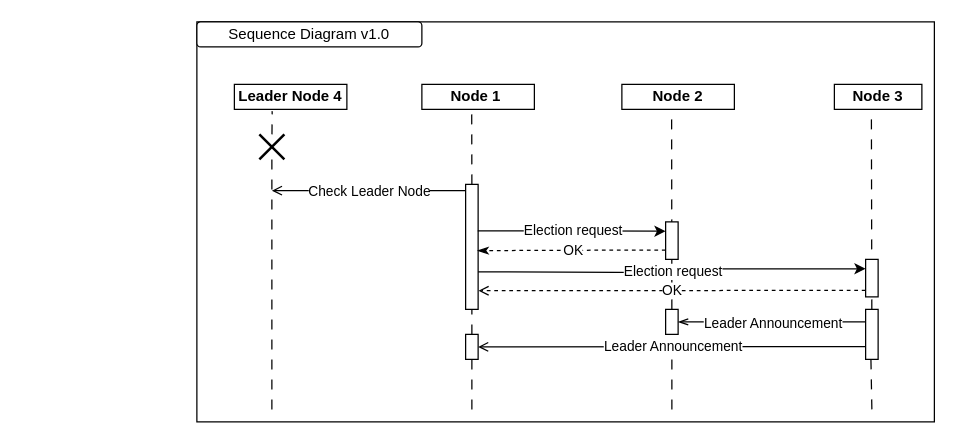
The draw.io diagram page "sequence_diagram" (1 of 2) of docs/bully_election_diagrams.drawio in mathiesschou/distributed-systems_project_1, before the edit. Source tidied: cells renumbered, new cells numbered last; positions are measured from the earlier drawing's top-left corner, leaving out a move shared by most shapes. Both pictures are drawn from the tidied source at 125%, with x=0, y=0 at pixel (196, 21).
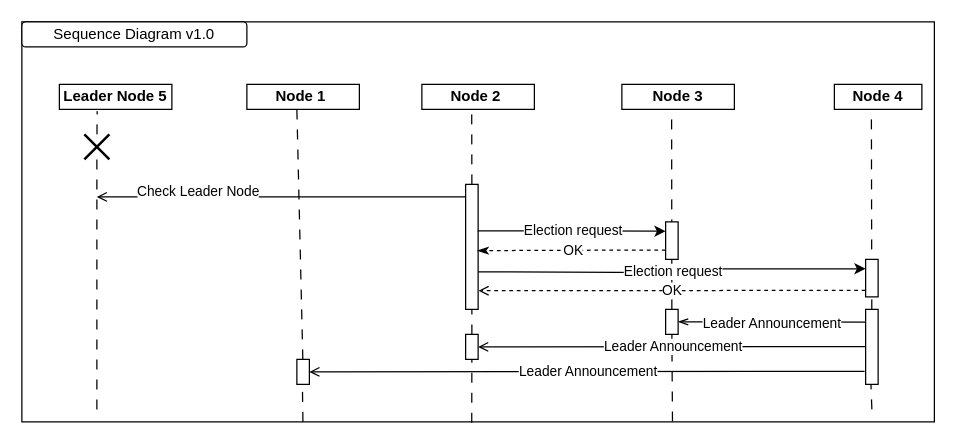
The same diagram, later.

Unchanged cells that the change refers to:
```xml
<mxCell id="32" style="rounded=0;whiteSpace=wrap;html=1;" parent="1" vertex="1">
  <mxGeometry x="375" y="230" width="10" height="20" as="geometry" />
</mxCell>
<mxCell id="34" style="rounded=0;whiteSpace=wrap;html=1;" parent="1" vertex="1">
  <mxGeometry x="215" y="250" width="10" height="20" as="geometry" />
</mxCell>
```

What changed in the source:
```diff
@@
     <mxCell id="2" style="rounded=0;whiteSpace=wrap;html=1;" parent="1" vertex="1">
-      <mxGeometry width="590" height="320" as="geometry" />
+      <mxGeometry x="-140" width="730" height="320" as="geometry" />
     </mxCell>
-    <mxCell id="3" value="&lt;b&gt;Node 2&lt;/b&gt;" style="rounded=0;whiteSpace=wrap;html=1;" parent="1" vertex="1">
+    <mxCell id="3" value="&lt;b&gt;Node 3&lt;/b&gt;" style="rounded=0;whiteSpace=wrap;html=1;" parent="1" vertex="1">
       <mxGeometry x="340" y="50" width="90" height="20" as="geometry" />
     </mxCell>
-    <mxCell id="4" value="&lt;b&gt;Node 3&lt;/b&gt;" style="rounded=0;whiteSpace=wrap;html=1;" parent="1" vertex="1">
+    <mxCell id="4" value="&lt;b&gt;Node 4&lt;/b&gt;" style="rounded=0;whiteSpace=wrap;html=1;" parent="1" vertex="1">
       <mxGeometry x="510" y="50" width="70" height="20" as="geometry" />
     </mxCell>
@@
-    <mxCell id="7" style="endArrow=open;html=1;rounded=0;exitX=0;exitY=0.5;exitDx=0;exitDy=0;endFill=0;" parent="1" edge="1">
+    <mxCell id="7" style="endArrow=open;html=1;rounded=0;endFill=0;exitX=0.007;exitY=0.05;exitDx=0;exitDy=0;exitPerimeter=0;" parent="1" edge="1">
       <mxGeometry relative="1" as="geometry">
-        <mxPoint x="215" y="135" as="sourcePoint" />
-        <mxPoint x="60" y="135" as="targetPoint" />
+        <mxPoint x="215" y="140" as="sourcePoint" />
+        <mxPoint x="-80.1" y="140" as="targetPoint" />
       </mxGeometry>
     </mxCell>
     <mxCell id="8" value="Check Leader Node" style="edgeLabel;html=1;align=center;verticalAlign=middle;" parent="7" vertex="1">
-      <mxGeometry relative="1" as="geometry" />
+      <mxGeometry relative="1" as="geometry">
+        <mxPoint x="-67" y="-5" as="offset" />
+      </mxGeometry>
     </mxCell>
-    <mxCell id="9" value="&lt;b&gt;Leader Node 4&lt;/b&gt;" style="rounded=0;whiteSpace=wrap;html=1;" parent="1" vertex="1">
-      <mxGeometry x="30" y="50" width="90" height="20" as="geometry" />
+    <mxCell id="9" value="&lt;b&gt;Leader Node 5&lt;/b&gt;" style="rounded=0;whiteSpace=wrap;html=1;" parent="1" vertex="1">
+      <mxGeometry x="-110" y="50" width="90" height="20" as="geometry" />
     </mxCell>
@@
-    <mxCell id="11" value="&lt;b&gt;Node 1&amp;nbsp;&lt;/b&gt;" style="rounded=0;whiteSpace=wrap;html=1;" parent="1" vertex="1">
+    <mxCell id="11" value="&lt;b&gt;Node 2&amp;nbsp;&lt;/b&gt;" style="rounded=0;whiteSpace=wrap;html=1;" parent="1" vertex="1">
       <mxGeometry x="180" y="50" width="90" height="20" as="geometry" />
     </mxCell>
     <mxCell id="12" style="endArrow=none;html=1;rounded=0;entryX=0.5;entryY=1;entryDx=0;entryDy=0;dashed=1;dashPattern=8 8;" parent="1" edge="1" target="13">
       <mxGeometry relative="1" as="geometry">
-        <mxPoint x="60" y="310" as="sourcePoint" />
+        <mxPoint x="-80" y="310" as="sourcePoint" />
       </mxGeometry>
     </mxCell>
     <mxCell id="13" style="shape=mxgraph.sysml.x;fontSize=13;strokeWidth=2;" parent="1" vertex="1">
-      <mxGeometry x="50" y="90" width="20" height="20" as="geometry" />
+      <mxGeometry x="-90" y="90" width="20" height="20" as="geometry" />
     </mxCell>
@@
     <mxCell id="20" value="Sequence Diagram v1.0" style="rounded=1;whiteSpace=wrap;html=1;" parent="1" vertex="1">
-      <mxGeometry width="180" height="20" as="geometry" />
+      <mxGeometry x="-140" width="180" height="20" as="geometry" />
     </mxCell>
@@
     <mxCell id="30" style="rounded=0;whiteSpace=wrap;html=1;" parent="1" vertex="1">
-      <mxGeometry x="535" y="230" width="10" height="40" as="geometry" />
+      <mxGeometry x="535" y="230" width="10" height="60" as="geometry" />
     </mxCell>
-    <mxCell id="31" style="endArrow=none;html=1;rounded=0;entryX=0.5;entryY=1;entryDx=0;entryDy=0;dashed=1;dashPattern=8 8;" parent="1" edge="1" target="32">
-      <mxGeometry relative="1" as="geometry">
-        <mxPoint x="380" y="310" as="sourcePoint" />
-      </mxGeometry>
+    <mxCell id="31" style="endArrow=none;html=1;rounded=0;entryX=0.5;entryY=1;entryDx=0;entryDy=0;dashed=1;dashPattern=8 8;exitX=0.713;exitY=0.999;exitDx=0;exitDy=0;exitPerimeter=0;" parent="1" edge="1" source="2" target="32">
+      <mxGeometry relative="1" as="geometry" />
     </mxCell>
@@
-    <mxCell id="33" style="endArrow=none;html=1;rounded=0;entryX=0.5;entryY=1;entryDx=0;entryDy=0;dashed=1;dashPattern=8 8;" parent="1" edge="1" target="34">
-      <mxGeometry relative="1" as="geometry">
-        <mxPoint x="220" y="310" as="sourcePoint" />
-      </mxGeometry>
+    <mxCell id="33" style="endArrow=none;html=1;rounded=0;entryX=0.5;entryY=1;entryDx=0;entryDy=0;dashed=1;dashPattern=8 8;exitX=0.493;exitY=1.002;exitDx=0;exitDy=0;exitPerimeter=0;" parent="1" edge="1" source="2" target="34">
+      <mxGeometry relative="1" as="geometry" />
     </mxCell>
@@
-    <mxCell id="35" style="endArrow=openThin;html=1;rounded=0;exitX=0;exitY=0.25;exitDx=0;exitDy=0;entryX=1;entryY=0.5;entryDx=0;entryDy=0;endFill=0;" parent="1" edge="1" source="30" target="32">
+    <mxCell id="35" style="endArrow=openThin;html=1;rounded=0;entryX=1;entryY=0.5;entryDx=0;entryDy=0;endFill=0;exitX=-0.014;exitY=0.169;exitDx=0;exitDy=0;exitPerimeter=0;" parent="1" edge="1" source="30" target="32">
       <mxGeometry relative="1" as="geometry" />
     </mxCell>
@@
+    <mxCell id="39" value="&lt;b&gt;Node 1&amp;nbsp;&lt;/b&gt;" style="rounded=0;whiteSpace=wrap;html=1;" parent="1" vertex="1">
+      <mxGeometry x="40" y="50" width="90" height="20" as="geometry" />
+    </mxCell>
+    <mxCell id="40" style="endArrow=none;html=1;rounded=0;entryX=0.443;entryY=1.024;entryDx=0;entryDy=0;dashed=1;dashPattern=8 8;entryPerimeter=0;" parent="1" edge="1" source="42">
+      <mxGeometry relative="1" as="geometry">
+        <mxPoint x="80" y="70" as="targetPoint" />
+      </mxGeometry>
+    </mxCell>
+    <mxCell id="41" style="endArrow=none;html=1;rounded=0;entryX=0.443;entryY=1.024;entryDx=0;entryDy=0;dashed=1;dashPattern=8 8;entryPerimeter=0;exitX=0.308;exitY=1;exitDx=0;exitDy=0;exitPerimeter=0;" parent="1" edge="1" source="2" target="42">
+      <mxGeometry relative="1" as="geometry" />
+    </mxCell>
+    <mxCell id="42" style="rounded=0;whiteSpace=wrap;html=1;" parent="1" vertex="1">
+      <mxGeometry x="80" y="270" width="10" height="20" as="geometry" />
+    </mxCell>
+    <mxCell id="43" style="endArrow=open;html=1;rounded=0;exitX=-0.087;exitY=0.827;exitDx=0;exitDy=0;entryX=1;entryY=0.5;entryDx=0;entryDy=0;endFill=0;exitPerimeter=0;" parent="1" edge="1" source="30" target="42">
+      <mxGeometry relative="1" as="geometry" />
+    </mxCell>
+    <mxCell id="44" value="Leader Announcement" style="edgeLabel;html=1;align=center;verticalAlign=middle;" parent="43" vertex="1">
+      <mxGeometry relative="1" as="geometry" />
+    </mxCell>
```
